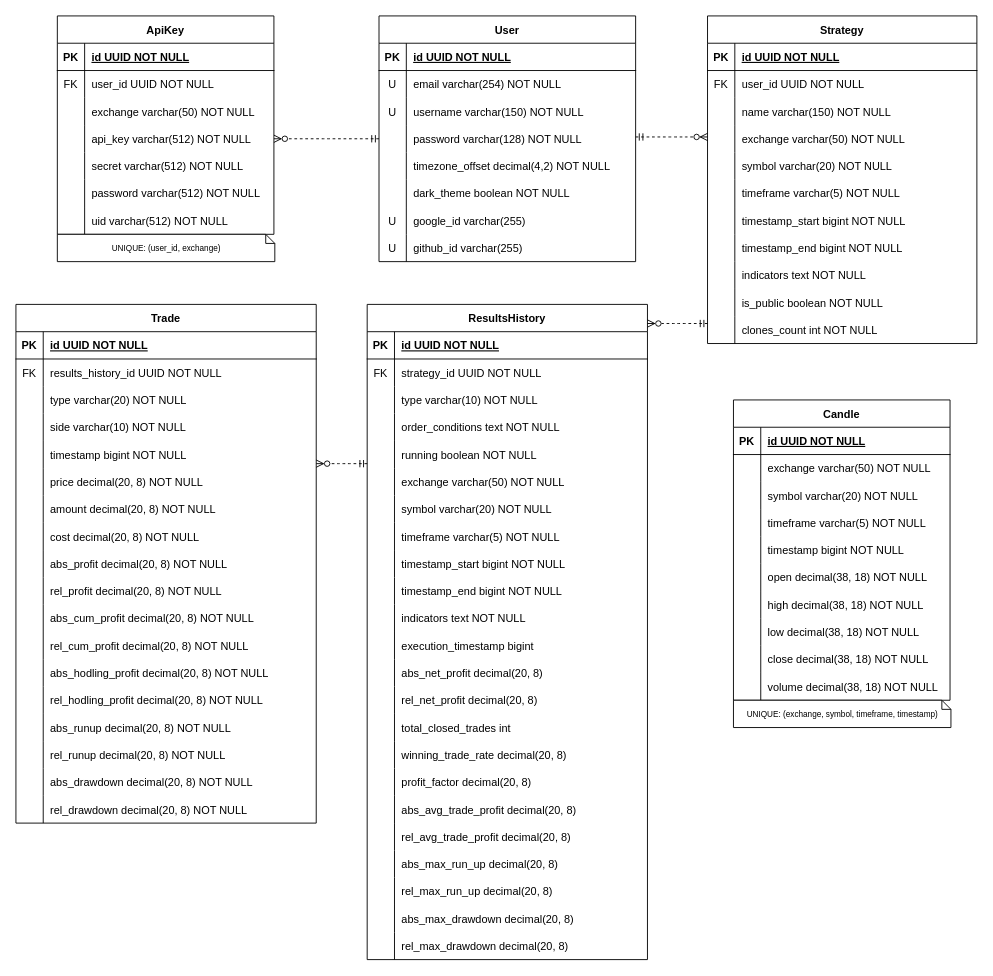
Before: docs/ERD.drawio in pgr866/Stratify, a draw.io diagram. Source tidied: cells renumbered, new cells numbered last; positions are measured from the earlier drawing's top-left corner, leaving out a move shared by most shapes. Both pictures are drawn from the tidied source at 91%, with x=0, y=0 at pixel (15, 15).
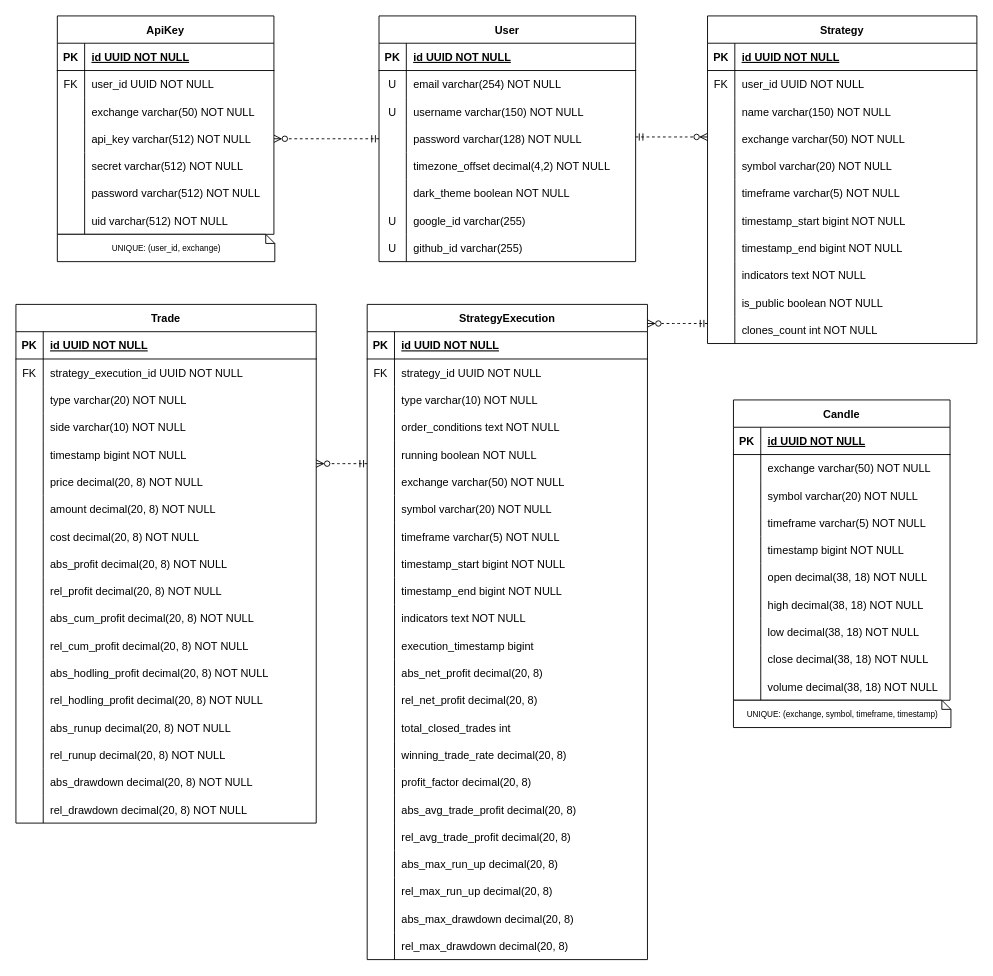
The same diagram, later.

The change refers to these unchanged cells:
```xml
<mxCell id="191" style="shape=partialRectangle;fillColor=none;top=0;left=0;right=0;bottom=0;" parent="187" vertex="1">
  <mxGeometry y="60" width="330" height="30" as="geometry" />
</mxCell>
```

What changed in the source:
```diff
@@
-    <mxCell id="116" value="ResultsHistory" style="shape=table;startSize=30;childLayout=tableLayout;rowLines=0;fontStyle=1;align=center;" parent="1" vertex="1">
+    <mxCell id="116" value="StrategyExecution" style="shape=table;startSize=30;childLayout=tableLayout;rowLines=0;fontStyle=1;align=center;" parent="1" vertex="1">
       <mxGeometry x="386" y="317" width="308" height="720" as="geometry" />
     </mxCell>
@@
-    <mxCell id="193" value="results_history_id UUID NOT NULL" style="shape=partialRectangle;overflow=hidden;fillColor=none;top=0;left=0;bottom=0;right=0;align=left;spacingLeft=6;" parent="191" vertex="1">
+    <mxCell id="193" value="strategy_execution_id UUID NOT NULL" style="shape=partialRectangle;overflow=hidden;fillColor=none;top=0;left=0;bottom=0;right=0;align=left;spacingLeft=6;" parent="191" vertex="1">
       <mxGeometry x="30" width="300" height="30" as="geometry" />
     </mxCell>
```
